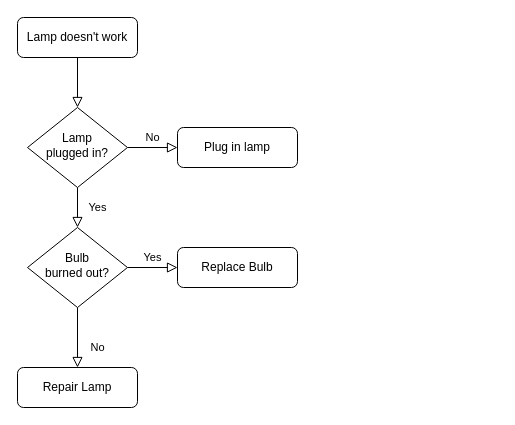
Azders/AndersOblig3 keeps this draw.io diagram as wbsresultat.drawio. Above is the earlier version. Source tidied: cells renumbered, new cells numbered last; positions are measured from the earlier drawing's top-left corner, leaving out a move shared by most shapes. Both pictures are drawn from the tidied source at 100%, with x=0, y=0 at pixel (17, 17).
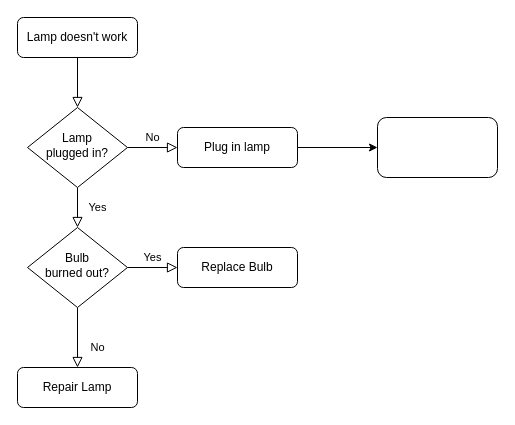
Above is the later version.

Change to the diagram source:
```diff
@@
 <mxGraphModel>
   <root>
     <mxCell id="0" />
     <mxCell id="1" parent="0" />
     <mxCell id="2" style="rounded=0;html=1;jettySize=auto;fontSize=11;endArrow=block;endFill=0;endSize=8;strokeWidth=1;shadow=0;labelBackgroundColor=none;edgeStyle=orthogonalEdgeStyle;" parent="1" edge="1" source="3" target="6">
       <mxGeometry relative="1" as="geometry" />
     </mxCell>
     <mxCell id="3" value="Lamp doesn't work" style="rounded=1;whiteSpace=wrap;html=1;fontSize=12;glass=0;strokeWidth=1;shadow=0;" parent="1" vertex="1">
       <mxGeometry width="120" height="40" as="geometry" />
     </mxCell>
     <mxCell id="4" value="Yes" style="rounded=0;html=1;jettySize=auto;fontSize=11;endArrow=block;endFill=0;endSize=8;strokeWidth=1;shadow=0;labelBackgroundColor=none;edgeStyle=orthogonalEdgeStyle;" parent="1" edge="1" source="6" target="10">
       <mxGeometry y="20" relative="1" as="geometry" />
     </mxCell>
     <mxCell id="5" value="No" style="edgeStyle=orthogonalEdgeStyle;rounded=0;html=1;jettySize=auto;fontSize=11;endArrow=block;endFill=0;endSize=8;strokeWidth=1;shadow=0;labelBackgroundColor=none;" parent="1" edge="1" source="6" target="7">
       <mxGeometry y="10" relative="1" as="geometry" />
     </mxCell>
     <mxCell id="6" value="Lamp&lt;br&gt;plugged in?" style="rhombus;whiteSpace=wrap;html=1;shadow=0;fontFamily=Helvetica;fontSize=12;align=center;strokeWidth=1;spacing=6;spacingTop=-4;" parent="1" vertex="1">
       <mxGeometry x="10" y="90" width="100" height="80" as="geometry" />
     </mxCell>
+    <mxCell id="13" style="edgeStyle=orthogonalEdgeStyle;rounded=0;jettySize=auto;html=1;" parent="1" edge="1" source="7" target="14">
+      <mxGeometry relative="1" as="geometry" />
+    </mxCell>
     <mxCell id="7" value="Plug in lamp" style="rounded=1;whiteSpace=wrap;html=1;fontSize=12;glass=0;strokeWidth=1;shadow=0;" parent="1" vertex="1">
       <mxGeometry x="160" y="110" width="120" height="40" as="geometry" />
     </mxCell>
     <mxCell id="8" value="No" style="rounded=0;html=1;jettySize=auto;fontSize=11;endArrow=block;endFill=0;endSize=8;strokeWidth=1;shadow=0;labelBackgroundColor=none;edgeStyle=orthogonalEdgeStyle;" parent="1" edge="1" source="10" target="11">
       <mxGeometry x="0.33" y="20" relative="1" as="geometry" />
     </mxCell>
     <mxCell id="9" value="Yes" style="edgeStyle=orthogonalEdgeStyle;rounded=0;html=1;jettySize=auto;fontSize=11;endArrow=block;endFill=0;endSize=8;strokeWidth=1;shadow=0;labelBackgroundColor=none;" parent="1" edge="1" source="10" target="12">
       <mxGeometry y="10" relative="1" as="geometry" />
     </mxCell>
     <mxCell id="10" value="Bulb&lt;br&gt;burned out?" style="rhombus;whiteSpace=wrap;html=1;shadow=0;fontFamily=Helvetica;fontSize=12;align=center;strokeWidth=1;spacing=6;spacingTop=-4;" parent="1" vertex="1">
       <mxGeometry x="10" y="210" width="100" height="80" as="geometry" />
     </mxCell>
     <mxCell id="11" value="Repair Lamp" style="rounded=1;whiteSpace=wrap;html=1;fontSize=12;glass=0;strokeWidth=1;shadow=0;" parent="1" vertex="1">
       <mxGeometry y="350" width="120" height="40" as="geometry" />
     </mxCell>
     <mxCell id="12" value="Replace Bulb" style="rounded=1;whiteSpace=wrap;html=1;fontSize=12;glass=0;strokeWidth=1;shadow=0;" parent="1" vertex="1">
       <mxGeometry x="160" y="230" width="120" height="40" as="geometry" />
     </mxCell>
+    <mxCell id="14" style="rounded=1;whiteSpace=wrap;html=1;glass=0;strokeWidth=1;shadow=0;" parent="1" vertex="1">
+      <mxGeometry x="360" y="100" width="120" height="60" as="geometry" />
+    </mxCell>
   </root>
 </mxGraphModel>
```
